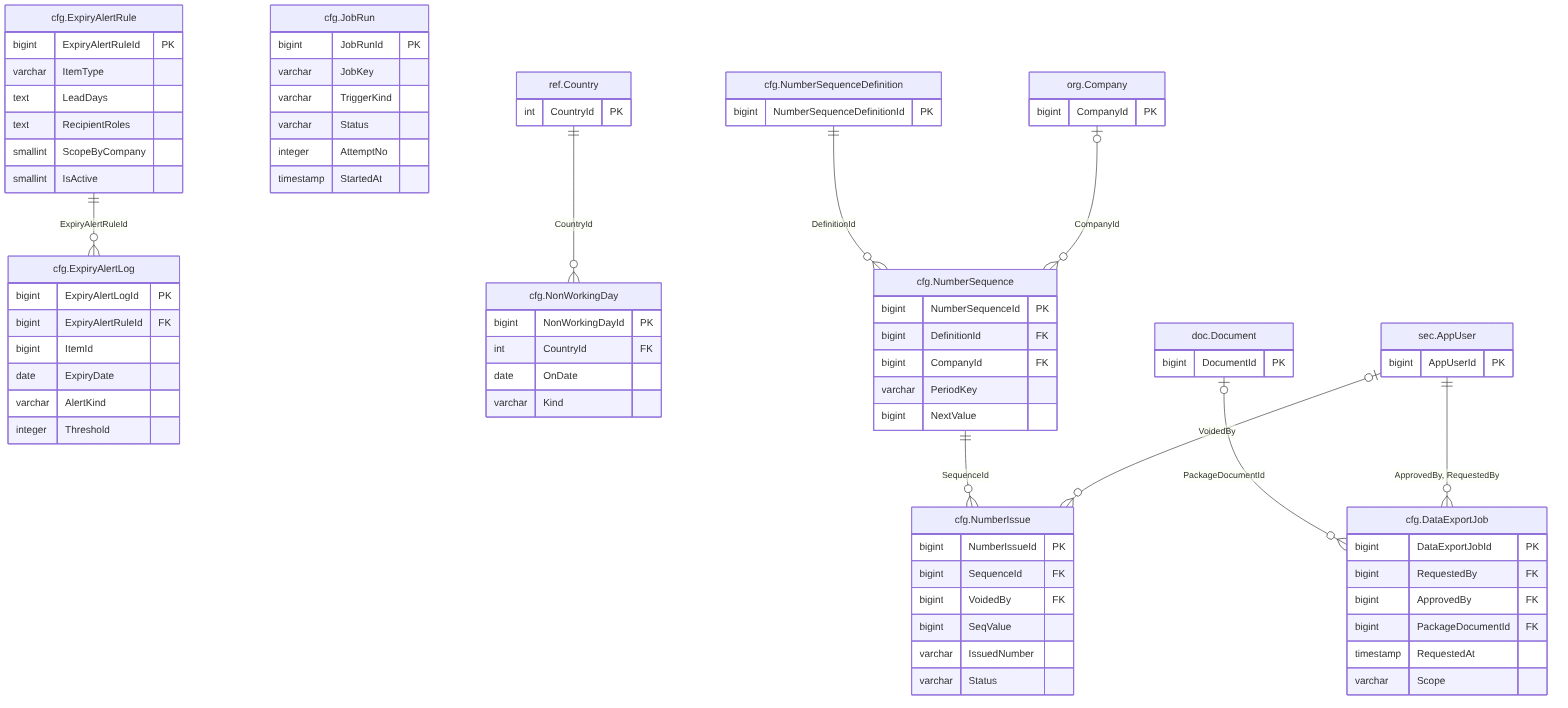
Before: treasury-platform/docs/diagrams/erd/m0_config_1.png, a diagram exported from Mermaid (thawrasy/smartlines). Its source is kept beside it as treasury-platform/docs/diagrams/erd/m0_config_1.mmd.
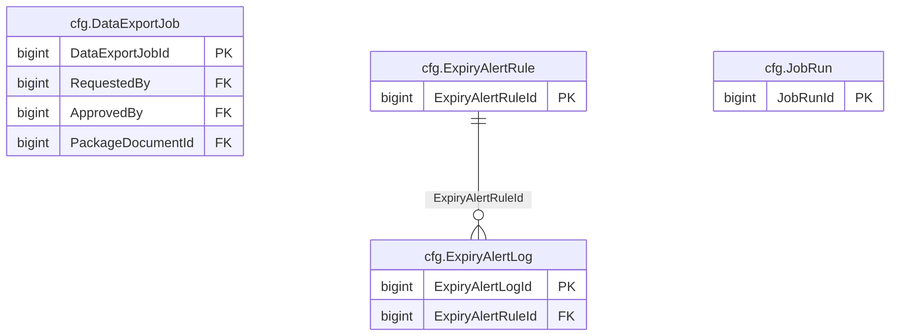
After the commit.

Diff of the diagram source:
```diff
@@ -4,74 +4,15 @@
     bigint RequestedBy FK
     bigint ApprovedBy FK
     bigint PackageDocumentId FK
-    timestamp RequestedAt
-    varchar Scope
   }
   cfg_ExpiryAlertLog["cfg.ExpiryAlertLog"] {
     bigint ExpiryAlertLogId PK
     bigint ExpiryAlertRuleId FK
-    bigint ItemId
-    date ExpiryDate
-    varchar AlertKind
-    integer Threshold
   }
   cfg_ExpiryAlertRule["cfg.ExpiryAlertRule"] {
     bigint ExpiryAlertRuleId PK
-    varchar ItemType
-    text LeadDays
-    text RecipientRoles
-    smallint ScopeByCompany
-    smallint IsActive
   }
   cfg_JobRun["cfg.JobRun"] {
     bigint JobRunId PK
-    varchar JobKey
-    varchar TriggerKind
-    varchar Status
-    integer AttemptNo
-    timestamp StartedAt
-  }
-  cfg_NonWorkingDay["cfg.NonWorkingDay"] {
-    bigint NonWorkingDayId PK
-    int CountryId FK
-    date OnDate
-    varchar Kind
-  }
-  cfg_NumberIssue["cfg.NumberIssue"] {
-    bigint NumberIssueId PK
-    bigint SequenceId FK
-    bigint VoidedBy FK
-    bigint SeqValue
-    varchar IssuedNumber
-    varchar Status
-  }
-  cfg_NumberSequence["cfg.NumberSequence"] {
-    bigint NumberSequenceId PK
-    bigint DefinitionId FK
-    bigint CompanyId FK
-    varchar PeriodKey
-    bigint NextValue
-  }
-  cfg_NumberSequenceDefinition["cfg.NumberSequenceDefinition"] {
-    bigint NumberSequenceDefinitionId PK
-  }
-  doc_Document["doc.Document"] {
-    bigint DocumentId PK
-  }
-  org_Company["org.Company"] {
-    bigint CompanyId PK
-  }
-  ref_Country["ref.Country"] {
-    int CountryId PK
-  }
-  sec_AppUser["sec.AppUser"] {
-    bigint AppUserId PK
   }
   cfg_ExpiryAlertRule ||--o{ cfg_ExpiryAlertLog : "ExpiryAlertRuleId"
-  cfg_NumberSequence ||--o{ cfg_NumberIssue : "SequenceId"
-  cfg_NumberSequenceDefinition ||--o{ cfg_NumberSequence : "DefinitionId"
-  doc_Document |o--o{ cfg_DataExportJob : "PackageDocumentId"
-  org_Company |o--o{ cfg_NumberSequence : "CompanyId"
-  ref_Country ||--o{ cfg_NonWorkingDay : "CountryId"
-  sec_AppUser ||--o{ cfg_DataExportJob : "ApprovedBy, RequestedBy"
-  sec_AppUser |o--o{ cfg_NumberIssue : "VoidedBy"
```
